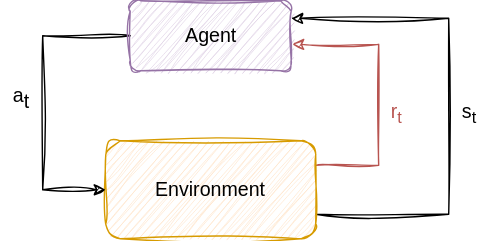
The draw.io diagram sections/5_rl/1_rl_intro/figures/rl_schema.svg in GaetanLepage/phd-manuscript, before a commit. Source tidied: cells renumbered, new cells last; positions are measured from the earlier drawing's top-left corner, leaving out a move shared by most shapes. Source of this version:
```xml
<mxGraphModel>
  <root>
    <mxCell id="0" />
    <mxCell id="1" parent="0" />
    <mxCell id="2" style="edgeStyle=orthogonalEdgeStyle;rounded=0;sketch=1;hachureGap=4;jiggle=2;curveFitting=1;jettySize=auto;html=1;exitX=1;exitY=0.25;exitDx=0;exitDy=0;fontFamily=Architects Daughter;fontSource=https%3A%2F%2Ffonts.googleapis.com%2Fcss%3Ffamily%3DArchitects%2BDaughter;entryX=1.007;entryY=0.622;entryDx=0;entryDy=0;entryPerimeter=0;fillColor=#f8cecc;strokeColor=#B85450;" parent="1" edge="1" source="4" target="6">
      <mxGeometry relative="1" as="geometry">
        <Array as="points">
          <mxPoint x="270" y="118" />
          <mxPoint x="270" y="31" />
        </Array>
      </mxGeometry>
    </mxCell>
    <mxCell id="3" style="edgeStyle=orthogonalEdgeStyle;rounded=0;sketch=1;hachureGap=4;jiggle=2;curveFitting=1;jettySize=auto;html=1;exitX=1;exitY=0.75;exitDx=0;exitDy=0;entryX=1;entryY=0.25;entryDx=0;entryDy=0;fontFamily=Architects Daughter;fontSource=https%3A%2F%2Ffonts.googleapis.com%2Fcss%3Ffamily%3DArchitects%2BDaughter;" parent="1" edge="1" source="4" target="6">
      <mxGeometry relative="1" as="geometry">
        <Array as="points">
          <mxPoint x="320" y="153" />
          <mxPoint x="320" y="13" />
        </Array>
      </mxGeometry>
    </mxCell>
    <mxCell id="4" value="Environment" style="rounded=1;whiteSpace=wrap;html=1;sketch=1;hachureGap=4;jiggle=2;curveFitting=1;fontFamily=Helvetica;fillColor=#ffe6cc;strokeColor=#d79b00;fontSize=14;" parent="1" vertex="1">
      <mxGeometry x="75" y="100" width="150" height="70" as="geometry" />
    </mxCell>
    <mxCell id="5" style="edgeStyle=orthogonalEdgeStyle;rounded=0;sketch=1;hachureGap=4;jiggle=2;curveFitting=1;jettySize=auto;html=1;fontFamily=Architects Daughter;fontSource=https%3A%2F%2Ffonts.googleapis.com%2Fcss%3Ffamily%3DArchitects%2BDaughter;entryX=0;entryY=0.5;entryDx=0;entryDy=0;exitX=0;exitY=0.5;exitDx=0;exitDy=0;" parent="1" edge="1" source="6" target="4">
      <mxGeometry relative="1" as="geometry">
        <Array as="points">
          <mxPoint x="30" y="25" />
          <mxPoint x="30" y="135" />
        </Array>
      </mxGeometry>
    </mxCell>
    <mxCell id="6" value="Agent" style="rounded=1;whiteSpace=wrap;html=1;sketch=1;hachureGap=4;jiggle=2;curveFitting=1;fontFamily=Helvetica;fillColor=#e1d5e7;strokeColor=#9673a6;fontSize=14;" parent="1" vertex="1">
      <mxGeometry x="92.5" width="115" height="50" as="geometry" />
    </mxCell>
    <mxCell id="7" value="a&lt;sub style=&quot;font-size: 14px;&quot;&gt;t&lt;/sub&gt;" style="text;html=1;align=center;verticalAlign=middle;whiteSpace=wrap;rounded=0;fontFamily=Helvetica;fontSize=14;" parent="1" vertex="1">
      <mxGeometry y="60" width="30" height="20" as="geometry" />
    </mxCell>
    <mxCell id="8" value="&lt;span style=&quot;font-size: 14px;&quot;&gt;r&lt;/span&gt;&lt;span style=&quot;font-size: 14px;&quot;&gt;&lt;sub&gt;t&lt;/sub&gt;&lt;/span&gt;" style="text;html=1;align=center;verticalAlign=middle;whiteSpace=wrap;rounded=0;fontFamily=Helvetica;fontSize=14;fontColor=#B85450;" parent="1" vertex="1">
      <mxGeometry x="268" y="70" width="30" height="20" as="geometry" />
    </mxCell>
    <mxCell id="9" value="&lt;span style=&quot;font-size: 14px;&quot;&gt;s&lt;/span&gt;&lt;span style=&quot;font-size: 14px;&quot;&gt;&lt;sub&gt;t&lt;/sub&gt;&lt;/span&gt;" style="text;html=1;align=center;verticalAlign=middle;whiteSpace=wrap;rounded=0;fontFamily=Helvetica;fontSize=14;" parent="1" vertex="1">
      <mxGeometry x="320" y="70" width="30" height="20" as="geometry" />
    </mxCell>
  </root>
</mxGraphModel>
```
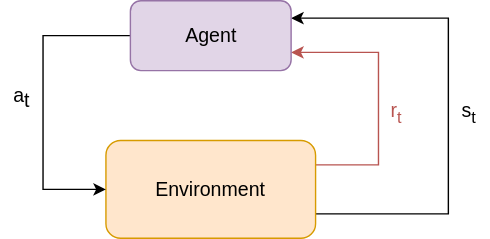
After the commit.

Change to the diagram source:
```diff
@@ -2,15 +2,16 @@
   <root>
     <mxCell id="0" />
     <mxCell id="1" parent="0" />
-    <mxCell id="2" style="edgeStyle=orthogonalEdgeStyle;rounded=0;sketch=1;hachureGap=4;jiggle=2;curveFitting=1;jettySize=auto;html=1;exitX=1;exitY=0.25;exitDx=0;exitDy=0;fontFamily=Architects Daughter;fontSource=https%3A%2F%2Ffonts.googleapis.com%2Fcss%3Ffamily%3DArchitects%2BDaughter;entryX=1.007;entryY=0.622;entryDx=0;entryDy=0;entryPerimeter=0;fillColor=#f8cecc;strokeColor=#B85450;" parent="1" edge="1" source="4" target="6">
+    <mxCell id="2" style="edgeStyle=orthogonalEdgeStyle;rounded=0;hachureGap=4;jettySize=auto;html=1;exitX=1;exitY=0.25;exitDx=0;exitDy=0;fontFamily=Architects Daughter;fontSource=https%3A%2F%2Ffonts.googleapis.com%2Fcss%3Ffamily%3DArchitects%2BDaughter;entryX=1;entryY=0.75;entryDx=0;entryDy=0;fillColor=#f8cecc;strokeColor=#B85450;" parent="1" edge="1" source="4" target="6">
       <mxGeometry relative="1" as="geometry">
         <Array as="points">
           <mxPoint x="270" y="118" />
-          <mxPoint x="270" y="31" />
+          <mxPoint x="270" y="37" />
+          <mxPoint x="208" y="37" />
         </Array>
       </mxGeometry>
     </mxCell>
-    <mxCell id="3" style="edgeStyle=orthogonalEdgeStyle;rounded=0;sketch=1;hachureGap=4;jiggle=2;curveFitting=1;jettySize=auto;html=1;exitX=1;exitY=0.75;exitDx=0;exitDy=0;entryX=1;entryY=0.25;entryDx=0;entryDy=0;fontFamily=Architects Daughter;fontSource=https%3A%2F%2Ffonts.googleapis.com%2Fcss%3Ffamily%3DArchitects%2BDaughter;" parent="1" edge="1" source="4" target="6">
+    <mxCell id="3" style="edgeStyle=orthogonalEdgeStyle;rounded=0;hachureGap=4;jettySize=auto;html=1;exitX=1;exitY=0.75;exitDx=0;exitDy=0;entryX=1;entryY=0.25;entryDx=0;entryDy=0;fontFamily=Architects Daughter;fontSource=https%3A%2F%2Ffonts.googleapis.com%2Fcss%3Ffamily%3DArchitects%2BDaughter;" parent="1" edge="1" source="4" target="6">
       <mxGeometry relative="1" as="geometry">
         <Array as="points">
           <mxPoint x="320" y="153" />
@@ -18,10 +19,10 @@
         </Array>
       </mxGeometry>
     </mxCell>
-    <mxCell id="4" value="Environment" style="rounded=1;whiteSpace=wrap;html=1;sketch=1;hachureGap=4;jiggle=2;curveFitting=1;fontFamily=Helvetica;fillColor=#ffe6cc;strokeColor=#d79b00;fontSize=14;" parent="1" vertex="1">
+    <mxCell id="4" value="Environment" style="rounded=1;whiteSpace=wrap;html=1;hachureGap=4;fontFamily=Helvetica;fillColor=#ffe6cc;strokeColor=#d79b00;fontSize=14;" parent="1" vertex="1">
       <mxGeometry x="75" y="100" width="150" height="70" as="geometry" />
     </mxCell>
-    <mxCell id="5" style="edgeStyle=orthogonalEdgeStyle;rounded=0;sketch=1;hachureGap=4;jiggle=2;curveFitting=1;jettySize=auto;html=1;fontFamily=Architects Daughter;fontSource=https%3A%2F%2Ffonts.googleapis.com%2Fcss%3Ffamily%3DArchitects%2BDaughter;entryX=0;entryY=0.5;entryDx=0;entryDy=0;exitX=0;exitY=0.5;exitDx=0;exitDy=0;" parent="1" edge="1" source="6" target="4">
+    <mxCell id="5" style="edgeStyle=orthogonalEdgeStyle;rounded=0;hachureGap=4;jettySize=auto;html=1;fontFamily=Architects Daughter;fontSource=https%3A%2F%2Ffonts.googleapis.com%2Fcss%3Ffamily%3DArchitects%2BDaughter;entryX=0;entryY=0.5;entryDx=0;entryDy=0;exitX=0;exitY=0.5;exitDx=0;exitDy=0;" parent="1" edge="1" source="6" target="4">
       <mxGeometry relative="1" as="geometry">
         <Array as="points">
           <mxPoint x="30" y="25" />
@@ -29,7 +30,7 @@
         </Array>
       </mxGeometry>
     </mxCell>
-    <mxCell id="6" value="Agent" style="rounded=1;whiteSpace=wrap;html=1;sketch=1;hachureGap=4;jiggle=2;curveFitting=1;fontFamily=Helvetica;fillColor=#e1d5e7;strokeColor=#9673a6;fontSize=14;" parent="1" vertex="1">
+    <mxCell id="6" value="Agent" style="rounded=1;whiteSpace=wrap;html=1;hachureGap=4;fontFamily=Helvetica;fillColor=#e1d5e7;strokeColor=#9673a6;fontSize=14;" parent="1" vertex="1">
       <mxGeometry x="92.5" width="115" height="50" as="geometry" />
     </mxCell>
     <mxCell id="7" value="a&lt;sub style=&quot;font-size: 14px;&quot;&gt;t&lt;/sub&gt;" style="text;html=1;align=center;verticalAlign=middle;whiteSpace=wrap;rounded=0;fontFamily=Helvetica;fontSize=14;" parent="1" vertex="1">
```
